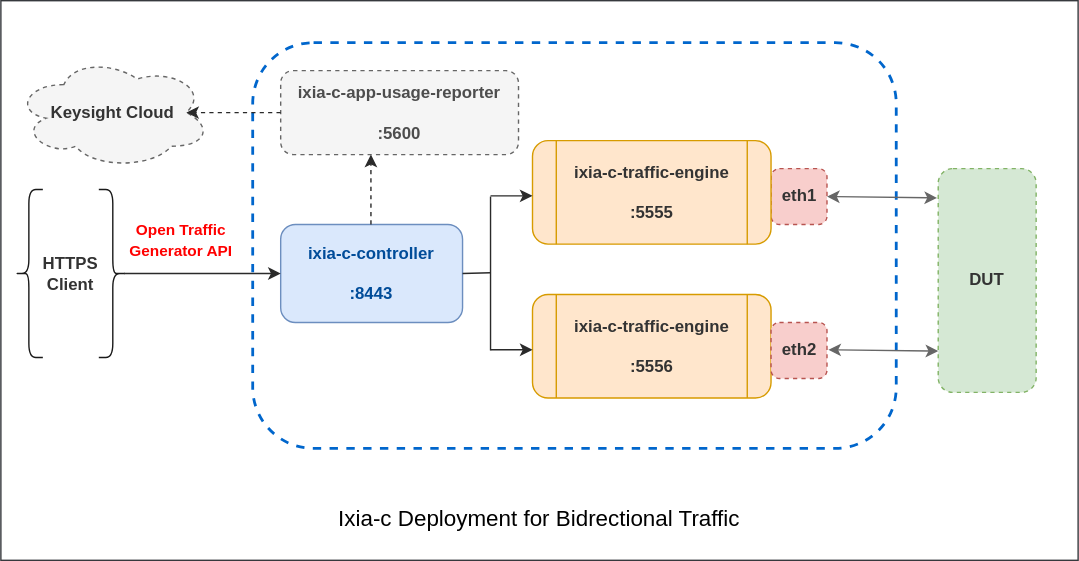
Above: docs/res/ixia-c-aur.drawio.svg in open-traffic-generator/ixia-c (draw.io), before the change. Source tidied: cells renumbered, new cells last; positions are measured from the earlier drawing's top-left corner, leaving out a move shared by most shapes.
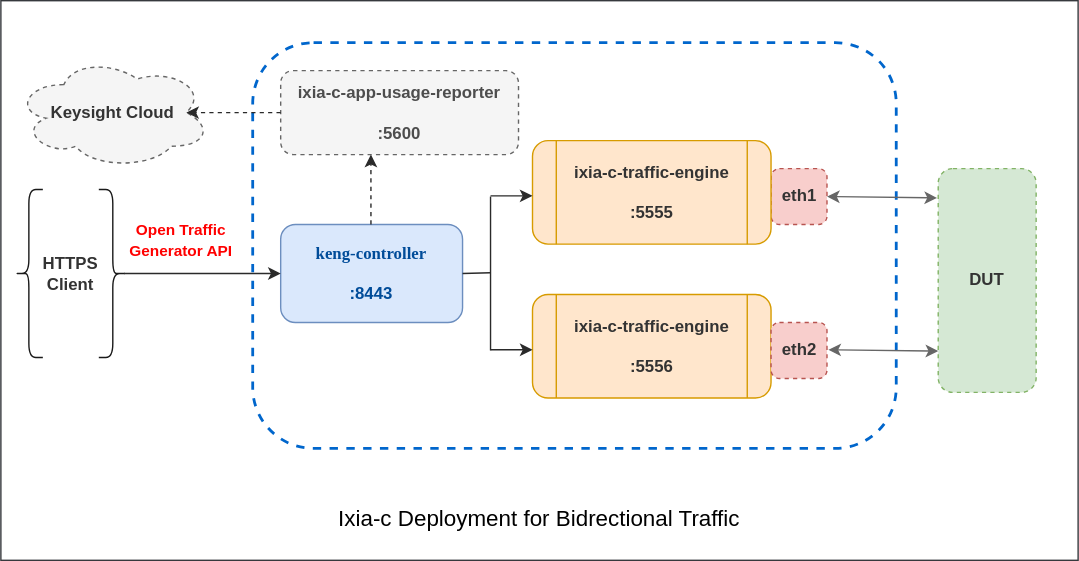
Later version of the same file.

The edit, as a diff of the source:
```diff
@@ -24,7 +24,7 @@
     <mxCell id="7" value="&lt;font color=&quot;#333333&quot;&gt;&lt;b&gt;DUT&lt;/b&gt;&lt;/font&gt;" style="rounded=1;whiteSpace=wrap;html=1;fillColor=#d5e8d4;strokeColor=#82b366;dashed=1;" parent="1" vertex="1">
       <mxGeometry x="670" y="120" width="70" height="160" as="geometry" />
     </mxCell>
-    <mxCell id="8" value="&lt;b&gt;&lt;font color=&quot;#004c99&quot;&gt;ixia-c-controller&lt;br&gt;&lt;br&gt;:8443&lt;br&gt;&lt;/font&gt;&lt;/b&gt;" style="rounded=1;whiteSpace=wrap;html=1;fillColor=#dae8fc;strokeColor=#6c8ebf;" parent="1" vertex="1">
+    <mxCell id="8" value="&lt;span style=&quot;font-family: Consolas;&quot;&gt;&lt;b style=&quot;&quot;&gt;&lt;font color=&quot;#004c99&quot;&gt;keng-controller&lt;/font&gt;&lt;/b&gt;&lt;/span&gt;&lt;b&gt;&lt;font color=&quot;#004c99&quot;&gt;&lt;br&gt;&lt;br&gt;:8443&lt;br&gt;&lt;/font&gt;&lt;/b&gt;" style="rounded=1;whiteSpace=wrap;html=1;fillColor=#dae8fc;strokeColor=#6c8ebf;" parent="1" vertex="1">
       <mxGeometry x="200" y="160" width="130" height="70" as="geometry" />
     </mxCell>
     <mxCell id="9" style="shape=curlyBracket;whiteSpace=wrap;html=1;rounded=1;strokeColor=#1A1A1A;" parent="1" vertex="1">
```
